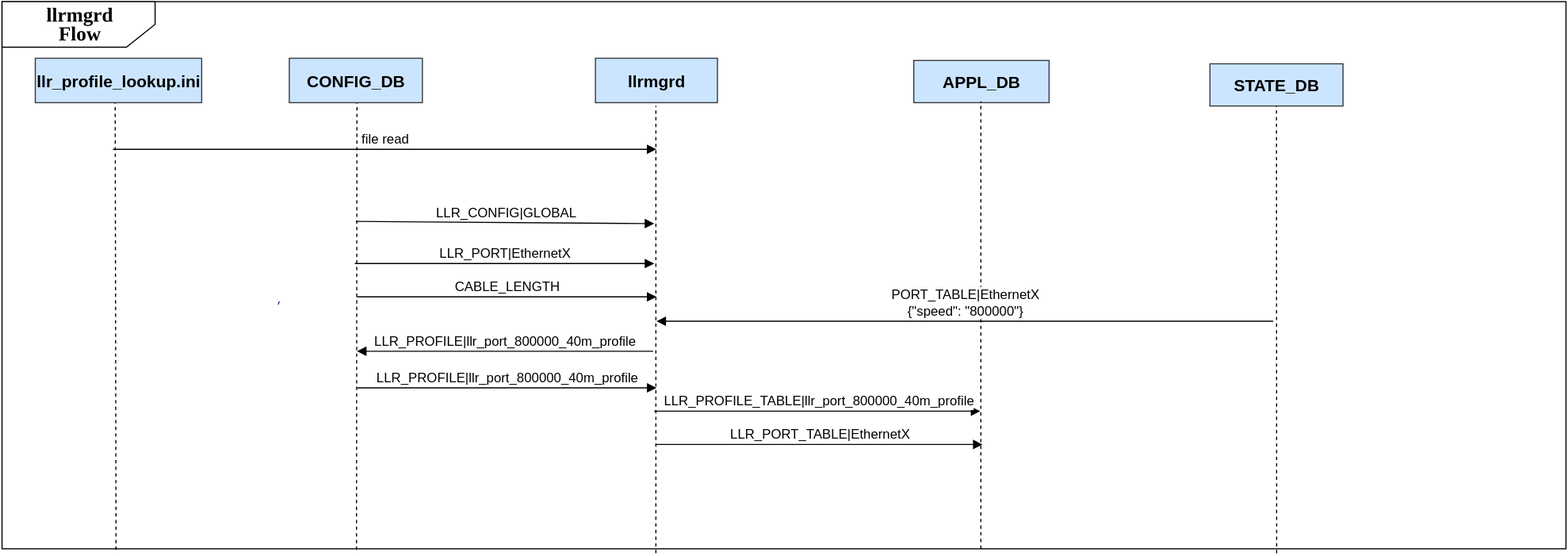
The draw.io diagram doc/llr/images/llr_llrmgrd_flow.svg in sonic-net/SONiC, before a commit. Source tidied: cells renumbered, new cells last; positions are measured from the earlier drawing's top-left corner, leaving out a move shared by most shapes.
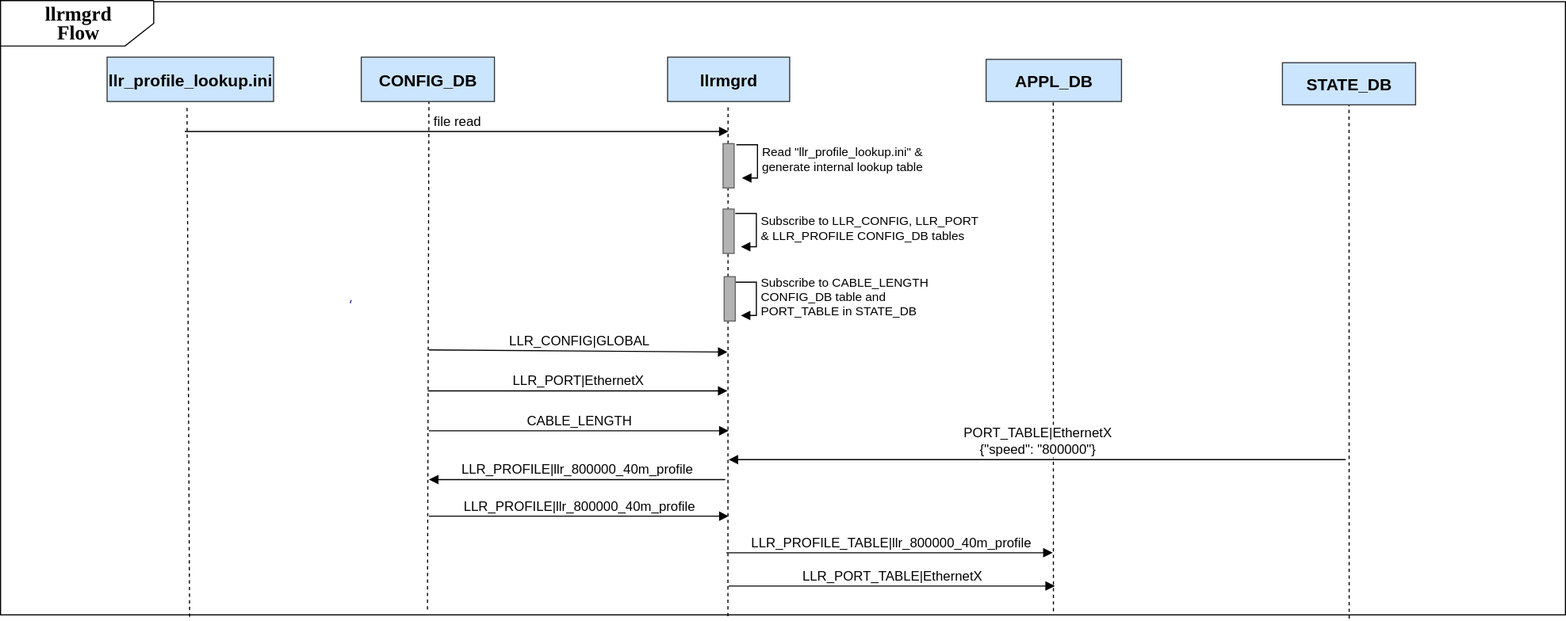
After the change.

What changed in the source:
```diff
@@ -3,7 +3,7 @@
     <mxCell id="0" />
     <mxCell id="1" parent="0" />
     <mxCell id="2" value="&lt;div&gt;&lt;b&gt;&lt;font style=&quot;font-size: 18px;&quot;&gt;&lt;br&gt;&lt;/font&gt;&lt;/b&gt;&lt;/div&gt;" style="rounded=0;whiteSpace=wrap;html=1;align=center;" parent="1" vertex="1">
-      <mxGeometry width="1410" height="493" as="geometry" />
+      <mxGeometry x="-66" y="1" width="1410" height="553" as="geometry" />
     </mxCell>
     <mxCell id="3" value="APPL_DB" style="html=1;whiteSpace=wrap;fillColor=#cce5ff;strokeColor=#36393d;fontStyle=1;strokeWidth=1;fontSize=15;" parent="1" vertex="1">
       <mxGeometry x="822" y="53" width="122" height="38" as="geometry" />
@@ -11,25 +11,27 @@
     <mxCell id="4" value="llrmgrd" style="html=1;whiteSpace=wrap;fillColor=#cce5ff;strokeColor=#36393d;fontStyle=1;strokeWidth=1;fontSize=15;" parent="1" vertex="1">
       <mxGeometry x="535" y="51" width="110" height="40" as="geometry" />
     </mxCell>
-    <mxCell id="5" style="endArrow=none;html=1;rounded=0;exitX=0.177;exitY=1.002;exitDx=0;exitDy=0;strokeColor=light-dark(#000000,#EDEDED);exitPerimeter=0;dashed=1;" parent="1" edge="1">
+    <mxCell id="5" style="endArrow=none;html=1;rounded=0;exitX=0.226;exitY=0.993;exitDx=0;exitDy=0;strokeColor=light-dark(#000000,#EDEDED);exitPerimeter=0;dashed=1;" parent="1" edge="1">
       <mxGeometry relative="1" as="geometry">
-        <mxPoint x="319.6" y="494" as="sourcePoint" />
+        <mxPoint x="318.7" y="549.1" as="sourcePoint" />
         <mxPoint x="320" y="80" as="targetPoint" />
       </mxGeometry>
     </mxCell>
     <mxCell id="6" value="CONFIG_DB" style="html=1;whiteSpace=wrap;fillColor=#cce5ff;strokeColor=#36393d;fontStyle=1;strokeWidth=1;fontSize=15;" parent="1" vertex="1">
       <mxGeometry x="259" y="51" width="120" height="40" as="geometry" />
     </mxCell>
-    <mxCell id="7" style="endArrow=none;html=1;rounded=0;strokeColor=light-dark(#000000,#EDEDED);entryX=0.5;entryY=1;entryDx=0;entryDy=0;exitX=0.815;exitY=1.008;exitDx=0;exitDy=0;exitPerimeter=0;dashed=1;" parent="1" edge="1" source="2" target="8">
-      <mxGeometry relative="1" as="geometry" />
+    <mxCell id="7" style="endArrow=none;html=1;rounded=0;strokeColor=light-dark(#000000,#EDEDED);entryX=0.5;entryY=1;entryDx=0;entryDy=0;exitX=0.815;exitY=1.008;exitDx=0;exitDy=0;exitPerimeter=0;dashed=1;" parent="1" edge="1" target="8">
+      <mxGeometry relative="1" as="geometry">
+        <mxPoint x="1149.1" y="557.4" as="sourcePoint" />
+      </mxGeometry>
     </mxCell>
     <mxCell id="8" value="STATE_DB" style="html=1;whiteSpace=wrap;fillColor=#cce5ff;strokeColor=#36393d;fontStyle=1;strokeWidth=1;fontSize=15;" parent="1" vertex="1">
       <mxGeometry x="1089" y="56" width="120" height="38" as="geometry" />
     </mxCell>
-    <mxCell id="9" style="endArrow=none;html=1;rounded=0;strokeColor=light-dark(#000000,#EDEDED);exitX=0.058;exitY=1.002;exitDx=0;exitDy=0;exitPerimeter=0;dashed=1;" parent="1" edge="1">
+    <mxCell id="9" style="endArrow=none;html=1;rounded=0;strokeColor=light-dark(#000000,#EDEDED);exitX=0.074;exitY=1.005;exitDx=0;exitDy=0;exitPerimeter=0;dashed=1;" parent="1" edge="1">
       <mxGeometry relative="1" as="geometry">
-        <mxPoint x="102.8" y="494" as="sourcePoint" />
-        <mxPoint x="102" y="90" as="targetPoint" />
+        <mxPoint x="104.3" y="555.8" as="sourcePoint" />
+        <mxPoint x="102" y="95" as="targetPoint" />
       </mxGeometry>
     </mxCell>
     <mxCell id="10" style="endArrow=none;html=1;rounded=0;exitX=0.5;exitY=0;exitDx=0;exitDy=0;strokeColor=light-dark(#252da2, #ededed);" parent="1" edge="1">
@@ -39,20 +41,20 @@
       </mxGeometry>
     </mxCell>
     <mxCell id="11" style="vsdxID=174;rotation=180;fillColor=#ffffff;gradientColor=none;shape=(stored shape, 176 characters);strokeColor=#000000;spacingTop=-1;spacingBottom=-1;spacingLeft=-1;spacingRight=-1;labelBackgroundColor=none;rounded=0;html=1;whiteSpace=wrap;fontStyle=1;" parent="1" vertex="1">
-      <mxGeometry width="138" height="41" as="geometry" />
+      <mxGeometry x="-66" width="138" height="41" as="geometry" />
     </mxCell>
     <mxCell id="12" value="&lt;div style=&quot;&quot;&gt;&lt;font style=&quot;font-family: Calibri; color: rgb(0, 0, 0); direction: ltr; letter-spacing: 0px; line-height: 120%; opacity: 1;&quot;&gt;&lt;font style=&quot;font-size: 18px;&quot;&gt; llrmgrd&lt;/font&gt;&lt;br&gt;&lt;/font&gt;&lt;/div&gt;&lt;div style=&quot;&quot;&gt;&lt;font style=&quot;font-family: Calibri; color: rgb(0, 0, 0); direction: ltr; letter-spacing: 0px; line-height: 120%; opacity: 1;&quot;&gt;&lt;font style=&quot;font-size: 18px;&quot;&gt;Flow&lt;/font&gt;&lt;/font&gt;&lt;/div&gt;" style="text;vsdxID=174;rotation=359.91;fillColor=none;gradientColor=none;strokeColor=none;spacingTop=-1;spacingBottom=-1;spacingLeft=-1;spacingRight=-1;labelBackgroundColor=none;rounded=0;html=1;whiteSpace=wrap;verticalAlign=middle;align=center;overflow=width;html=1;fontStyle=1;" parent="11" vertex="1">
       <mxGeometry x="14" width="112.1" height="41.3" as="geometry" />
     </mxCell>
-    <mxCell id="13" style="endArrow=none;html=1;rounded=0;strokeColor=light-dark(#000000,#EDEDED);entryX=0.5;entryY=1;entryDx=0;entryDy=0;exitX=0.815;exitY=1.008;exitDx=0;exitDy=0;exitPerimeter=0;dashed=1;" parent="1" edge="1">
+    <mxCell id="13" style="endArrow=none;html=1;rounded=0;strokeColor=light-dark(#000000,#EDEDED);entryX=0.5;entryY=1;entryDx=0;entryDy=0;exitX=0.418;exitY=1.004;exitDx=0;exitDy=0;exitPerimeter=0;dashed=1;" parent="1" edge="1">
       <mxGeometry relative="1" as="geometry">
-        <mxPoint x="589.5" y="497" as="sourcePoint" />
+        <mxPoint x="589.4" y="555.2" as="sourcePoint" />
         <mxPoint x="589.5" y="94" as="targetPoint" />
       </mxGeometry>
     </mxCell>
-    <mxCell id="14" style="endArrow=none;html=1;rounded=0;strokeColor=light-dark(#000000,#EDEDED);entryX=0.5;entryY=1;entryDx=0;entryDy=0;exitX=0.815;exitY=1.008;exitDx=0;exitDy=0;exitPerimeter=0;dashed=1;" parent="1" edge="1">
+    <mxCell id="14" style="endArrow=none;html=1;rounded=0;strokeColor=light-dark(#000000,#EDEDED);entryX=0.5;entryY=1;entryDx=0;entryDy=0;exitX=0.626;exitY=0.996;exitDx=0;exitDy=0;exitPerimeter=0;dashed=1;" parent="1" edge="1">
       <mxGeometry relative="1" as="geometry">
-        <mxPoint x="882.5" y="493" as="sourcePoint" />
+        <mxPoint x="882.7" y="550.8" as="sourcePoint" />
         <mxPoint x="882.5" y="90" as="targetPoint" />
       </mxGeometry>
     </mxCell>
@@ -61,67 +63,106 @@
     </mxCell>
     <mxCell id="16" value="&lt;font style=&quot;font-size: 12px;&quot;&gt;file read&lt;/font&gt;" style="html=1;verticalAlign=bottom;endArrow=block;curved=0;rounded=0;" parent="1" edge="1">
       <mxGeometry relative="1" as="geometry">
-        <mxPoint x="100" y="133" as="sourcePoint" />
-        <mxPoint x="590" y="133" as="targetPoint" />
+        <mxPoint x="100" y="118" as="sourcePoint" />
+        <mxPoint x="590" y="118" as="targetPoint" />
       </mxGeometry>
     </mxCell>
     <mxCell id="17" value="&lt;font style=&quot;font-size: 12px;&quot;&gt;LLR_CONFIG|GLOBAL&lt;/font&gt;" style="html=1;verticalAlign=bottom;endArrow=block;curved=0;rounded=0;" parent="1" edge="1">
       <mxGeometry relative="1" as="geometry">
-        <mxPoint x="319" y="198" as="sourcePoint" />
-        <mxPoint x="588" y="200" as="targetPoint" />
+        <mxPoint x="320" y="315" as="sourcePoint" />
+        <mxPoint x="589" y="317" as="targetPoint" />
       </mxGeometry>
     </mxCell>
     <mxCell id="18" value="&lt;font style=&quot;font-size: 12px;&quot;&gt;LLR_PORT|EthernetX&lt;/font&gt;" style="html=1;verticalAlign=bottom;endArrow=block;curved=0;rounded=0;" parent="1" edge="1">
       <mxGeometry relative="1" as="geometry">
-        <mxPoint x="318" y="236" as="sourcePoint" />
-        <mxPoint x="588" y="236" as="targetPoint" />
+        <mxPoint x="319" y="352" as="sourcePoint" />
+        <mxPoint x="589" y="352" as="targetPoint" />
       </mxGeometry>
     </mxCell>
-    <mxCell id="19" value="&lt;font style=&quot;font-size: 12px;&quot;&gt;&lt;font&gt;LLR_PROFILE|llr_port_800000_40m_profile&lt;/font&gt;&lt;br&gt;&lt;/font&gt;" style="html=1;verticalAlign=bottom;endArrow=block;curved=0;rounded=0;strokeColor=default;align=center;fontFamily=Helvetica;fontSize=11;fontColor=default;labelBackgroundColor=default;fillColor=#ffe6cc;" parent="1" edge="1">
+    <mxCell id="19" value="&lt;font style=&quot;font-size: 12px;&quot;&gt;&lt;font&gt;LLR_PROFILE|llr_800000_40m_profile&lt;/font&gt;&lt;br&gt;&lt;/font&gt;" style="html=1;verticalAlign=bottom;endArrow=block;curved=0;rounded=0;strokeColor=default;align=center;fontFamily=Helvetica;fontSize=11;fontColor=default;labelBackgroundColor=default;fillColor=#ffe6cc;" parent="1" edge="1">
       <mxGeometry relative="1" as="geometry">
-        <mxPoint x="587" y="315" as="sourcePoint" />
-        <mxPoint x="320" y="315" as="targetPoint" />
+        <mxPoint x="587" y="432" as="sourcePoint" />
+        <mxPoint x="320" y="432" as="targetPoint" />
       </mxGeometry>
     </mxCell>
     <mxCell id="20" value="&lt;font style=&quot;font-size: 12px;&quot;&gt;PORT_TABLE|EthernetX&lt;br&gt;{&quot;speed&quot;: &quot;800000&quot;}&lt;/font&gt;" style="html=1;verticalAlign=bottom;endArrow=block;curved=0;rounded=0;" parent="1" edge="1">
       <mxGeometry relative="1" as="geometry">
-        <mxPoint x="1146" y="288" as="sourcePoint" />
-        <mxPoint x="590" y="288" as="targetPoint" />
+        <mxPoint x="1146" y="414" as="sourcePoint" />
+        <mxPoint x="590" y="414" as="targetPoint" />
       </mxGeometry>
     </mxCell>
     <mxCell id="21" style="html=1;verticalAlign=bottom;endArrow=block;curved=0;rounded=0;fillColor=#ffe6cc;strokeColor=default;" parent="1" edge="1">
       <mxGeometry relative="1" as="geometry">
-        <mxPoint x="588" y="369" as="sourcePoint" />
-        <mxPoint x="882" y="369" as="targetPoint" />
+        <mxPoint x="588" y="498" as="sourcePoint" />
+        <mxPoint x="882" y="498" as="targetPoint" />
       </mxGeometry>
     </mxCell>
-    <mxCell id="22" value="&lt;font style=&quot;font-size: 12px;&quot;&gt;LLR_PROFILE_TABLE|llr_port_800000_40m_profile&lt;/font&gt;" style="edgeLabel;html=1;align=center;verticalAlign=middle;" parent="21" vertex="1">
+    <mxCell id="22" value="&lt;font style=&quot;font-size: 12px;&quot;&gt;LLR_PROFILE_TABLE|llr_800000_40m_profile&lt;/font&gt;" style="edgeLabel;html=1;align=center;verticalAlign=middle;" parent="21" vertex="1">
       <mxGeometry x="0.06" y="8" relative="1" as="geometry">
         <mxPoint x="-9" y="-2" as="offset" />
       </mxGeometry>
     </mxCell>
     <mxCell id="23" value="&lt;span style=&quot;font-size: 12px;&quot;&gt;&lt;font&gt;LLR_PORT_TABLE|EthernetX&lt;/font&gt;&lt;/span&gt;" style="html=1;verticalAlign=bottom;endArrow=block;curved=0;rounded=0;fillColor=#ffe6cc;strokeColor=default;" parent="1" edge="1">
       <mxGeometry relative="1" as="geometry">
-        <mxPoint x="590" y="399" as="sourcePoint" />
-        <mxPoint x="884" y="399" as="targetPoint" />
+        <mxPoint x="590" y="528" as="sourcePoint" />
+        <mxPoint x="884" y="528" as="targetPoint" />
       </mxGeometry>
     </mxCell>
     <mxCell id="24" value="&lt;font style=&quot;font-size: 12px;&quot;&gt;CABLE_LENGTH&lt;/font&gt;" style="html=1;verticalAlign=bottom;endArrow=block;curved=0;rounded=0;" parent="1" edge="1">
       <mxGeometry relative="1" as="geometry">
-        <mxPoint x="320" y="266" as="sourcePoint" />
-        <mxPoint x="590" y="266" as="targetPoint" />
+        <mxPoint x="320" y="388" as="sourcePoint" />
+        <mxPoint x="590" y="388" as="targetPoint" />
       </mxGeometry>
     </mxCell>
     <mxCell id="25" style="html=1;verticalAlign=bottom;endArrow=block;curved=0;rounded=0;fillColor=#ffe6cc;strokeColor=default;" parent="1" edge="1">
       <mxGeometry relative="1" as="geometry">
-        <mxPoint x="320" y="348" as="sourcePoint" />
-        <mxPoint x="590" y="348" as="targetPoint" />
+        <mxPoint x="320" y="465" as="sourcePoint" />
+        <mxPoint x="590" y="465" as="targetPoint" />
       </mxGeometry>
     </mxCell>
-    <mxCell id="26" value="&lt;font style=&quot;font-size: 12px;&quot;&gt;LLR_PROFILE|llr_port_800000_40m_profile&lt;/font&gt;" style="edgeLabel;html=1;align=center;verticalAlign=middle;" parent="25" vertex="1">
+    <mxCell id="26" value="&lt;font style=&quot;font-size: 12px;&quot;&gt;LLR_PROFILE|llr_800000_40m_profile&lt;/font&gt;" style="edgeLabel;html=1;align=center;verticalAlign=middle;" parent="25" vertex="1">
       <mxGeometry x="0.06" y="8" relative="1" as="geometry">
         <mxPoint x="-9" y="-2" as="offset" />
       </mxGeometry>
     </mxCell>
+    <mxCell id="27" style="html=1;perimeter=orthogonalPerimeter;targetShapes=umlLifeline;newEdgeStyle={&quot;curved&quot;:0,&quot;rounded&quot;:0};fillColor=#B3B3B3;strokeColor=#666666;gradientColor=none;" parent="1" vertex="1">
+      <mxGeometry x="585" y="129" width="10" height="40" as="geometry" />
+    </mxCell>
+    <mxCell id="28" value="Read &quot;llr_profile_lookup.ini&quot; &amp;amp;&lt;div&gt;generate internal lookup table&lt;/div&gt;" style="html=1;align=left;spacingLeft=2;endArrow=block;rounded=0;edgeStyle=orthogonalEdgeStyle;curved=0;rounded=0;" parent="1" edge="1">
+      <mxGeometry relative="1" as="geometry">
+        <mxPoint x="597" y="130" as="sourcePoint" />
+        <mxPoint x="602" y="160" as="targetPoint" />
+        <Array as="points">
+          <mxPoint x="616" y="130" />
+          <mxPoint x="616" y="160" />
+        </Array>
+      </mxGeometry>
+    </mxCell>
+    <mxCell id="29" value="Subscribe to CABLE_LENGTH&lt;br&gt;CONFIG_DB table and&lt;br&gt;PORT_TABLE in STATE_DB" style="html=1;align=left;spacingLeft=2;endArrow=block;rounded=0;edgeStyle=orthogonalEdgeStyle;curved=0;rounded=0;" parent="1" edge="1">
+      <mxGeometry relative="1" as="geometry">
+        <mxPoint x="596" y="254" as="sourcePoint" />
+        <mxPoint x="601" y="284" as="targetPoint" />
+        <Array as="points">
+          <mxPoint x="615" y="254" />
+          <mxPoint x="615" y="284" />
+        </Array>
+      </mxGeometry>
+    </mxCell>
+    <mxCell id="30" style="html=1;perimeter=orthogonalPerimeter;targetShapes=umlLifeline;newEdgeStyle={&quot;curved&quot;:0,&quot;rounded&quot;:0};fillColor=#B3B3B3;strokeColor=#666666;gradientColor=none;" parent="1" vertex="1">
+      <mxGeometry x="586" y="249" width="10" height="40" as="geometry" />
+    </mxCell>
+    <mxCell id="31" style="html=1;perimeter=orthogonalPerimeter;targetShapes=umlLifeline;newEdgeStyle={&quot;curved&quot;:0,&quot;rounded&quot;:0};fillColor=#B3B3B3;strokeColor=#666666;gradientColor=none;" parent="1" vertex="1">
+      <mxGeometry x="585" y="188" width="10" height="40" as="geometry" />
+    </mxCell>
+    <mxCell id="32" value="Subscribe to LLR_CONFIG, LLR_PORT&lt;br&gt;&amp;amp; LLR_PROFILE CONFIG_DB tables" style="html=1;align=left;spacingLeft=2;endArrow=block;rounded=0;edgeStyle=orthogonalEdgeStyle;curved=0;rounded=0;" parent="1" edge="1">
+      <mxGeometry relative="1" as="geometry">
+        <mxPoint x="596" y="192" as="sourcePoint" />
+        <mxPoint x="601" y="222" as="targetPoint" />
+        <Array as="points">
+          <mxPoint x="615" y="192" />
+          <mxPoint x="615" y="222" />
+        </Array>
+      </mxGeometry>
+    </mxCell>
   </root>
 </mxGraphModel>
```
